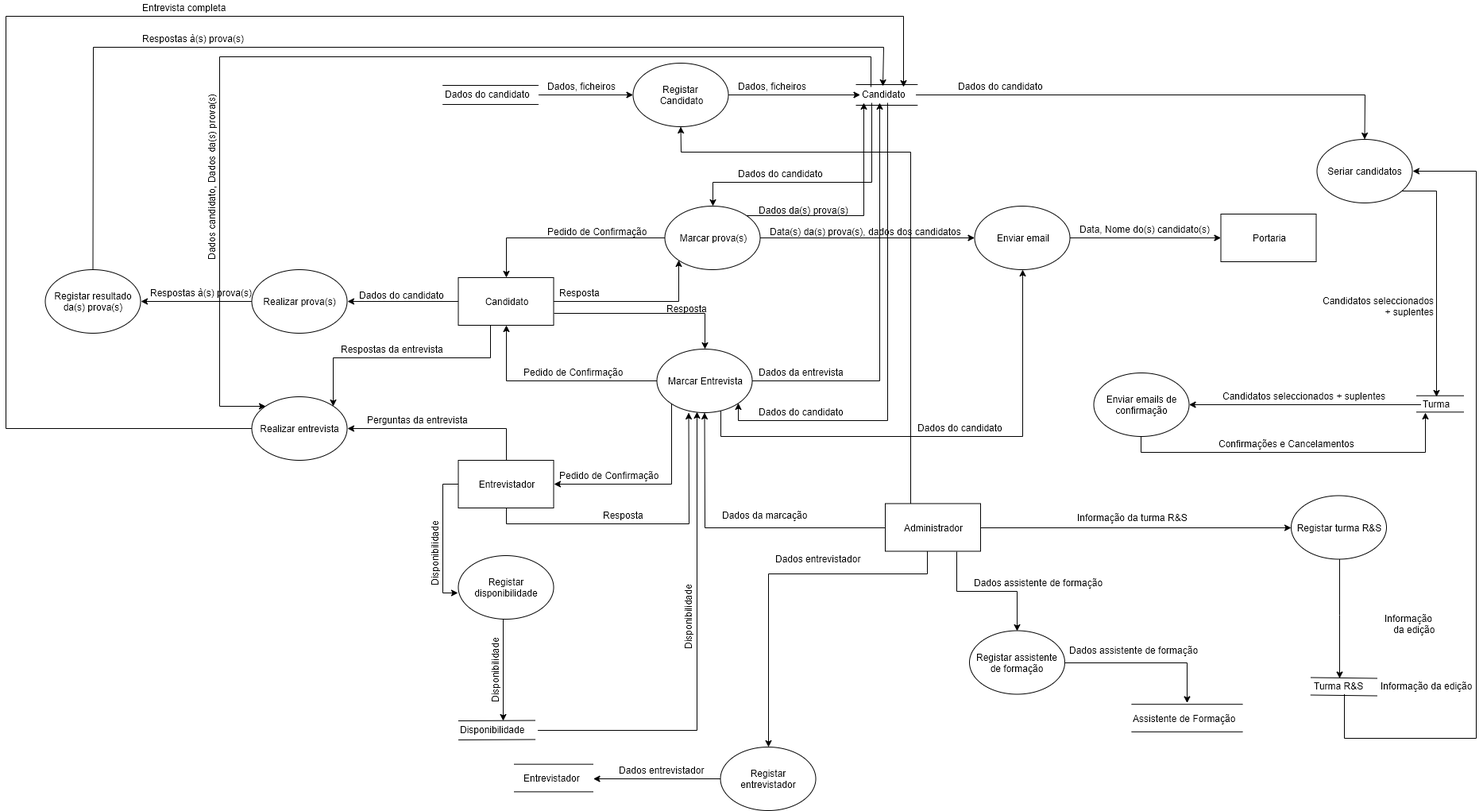
This is Docs/Diagrama de Fluxo de Dados.png from blestonbandeira/grs, a draw.io export, as it was before one commit. Source tidied: cells renumbered, new cells last; positions are measured from the earlier drawing's top-left corner, leaving out a move shared by most shapes.
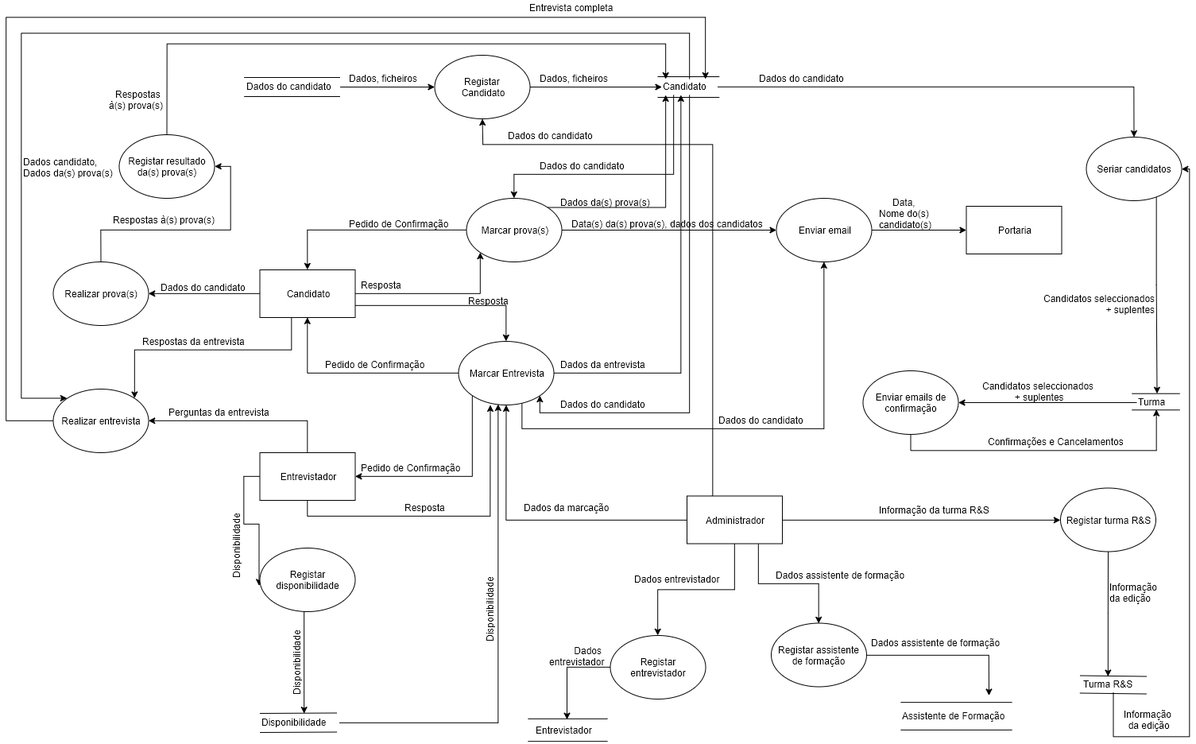
Above is the later version.

Commit message:
actualização de diagramas

Change to the diagram source:
```diff
@@ -32,9 +32,9 @@
     <mxCell id="7" style="edgeStyle=orthogonalEdgeStyle;rounded=0;jettySize=auto;html=1;entryX=0;entryY=0;entryDx=0;entryDy=0;" parent="1" edge="1" source="9" target="65">
       <mxGeometry relative="1" as="geometry">
         <Array as="points">
-          <mxPoint x="1088.5" y="71" />
-          <mxPoint x="268.5" y="71" />
-          <mxPoint x="268.5" y="511" />
+          <mxPoint x="1110" y="51" />
+          <mxPoint x="269" y="51" />
+          <mxPoint x="269" y="511" />
         </Array>
       </mxGeometry>
     </mxCell>
@@ -110,7 +110,7 @@
       <mxGeometry x="945.5" y="255" width="130" height="20" as="geometry" />
     </mxCell>
     <mxCell id="27" value="Portaria" style="rounded=0;whiteSpace=wrap;html=1;" parent="1" vertex="1">
-      <mxGeometry x="1529.5" y="269" width="120" height="60" as="geometry" />
+      <mxGeometry x="1458.5" y="269" width="120" height="60" as="geometry" />
     </mxCell>
     <mxCell id="28" value="Data(s) da(s) prova(s), dados dos candidatos" style="text;html=1;align=left;verticalAlign=top;spacingTop=-4;rotation=0;" parent="1" vertex="1">
       <mxGeometry x="959.5" y="282" width="260" height="20" as="geometry" />
@@ -124,8 +124,8 @@
     <mxCell id="31" style="endArrow=classic;html=1;exitX=1;exitY=0.5;exitDx=0;exitDy=0;entryX=0;entryY=0.5;entryDx=0;entryDy=0;" parent="1" edge="1" source="29" target="27">
       <mxGeometry relative="1" as="geometry" />
     </mxCell>
-    <mxCell id="32" value="Data, Nome do(s) candidato(s)" style="text;html=1;align=left;verticalAlign=top;spacingTop=-4;rotation=0;" parent="1" vertex="1">
-      <mxGeometry x="1349.5" y="279" width="180" height="20" as="geometry" />
+    <mxCell id="32" value="Data, &lt;br&gt;Nome do(s) &lt;br&gt;candidato(s)" style="text;html=1;align=center;verticalAlign=top;spacingTop=-4;rotation=0;" parent="1" vertex="1">
+      <mxGeometry x="1342" y="255" width="80" height="40" as="geometry" />
     </mxCell>
     <mxCell id="33" style="edgeStyle=orthogonalEdgeStyle;rounded=0;jettySize=auto;html=1;" parent="1" edge="1" source="37" target="9">
       <mxGeometry relative="1" as="geometry">
@@ -230,32 +230,32 @@
     <mxCell id="58" value="Realizar prova(s)" style="ellipse;whiteSpace=wrap;html=1;" parent="1" vertex="1">
       <mxGeometry x="309.5" y="339" width="120" height="80" as="geometry" />
     </mxCell>
-    <mxCell id="59" style="edgeStyle=orthogonalEdgeStyle;rounded=0;jettySize=auto;html=1;entryX=0.414;entryY=-0.05;entryDx=0;entryDy=0;entryPerimeter=0;" parent="1" edge="1" source="60" target="9">
+    <mxCell id="59" style="edgeStyle=orthogonalEdgeStyle;rounded=0;jettySize=auto;html=1;" parent="1" edge="1" source="60" target="9">
       <mxGeometry relative="1" as="geometry">
         <Array as="points">
-          <mxPoint x="109.5" y="59" />
-          <mxPoint x="1104.5" y="59" />
+          <mxPoint x="453" y="65" />
+          <mxPoint x="1080" y="65" />
         </Array>
       </mxGeometry>
     </mxCell>
     <mxCell id="60" value="Registar resultado da(s) prova(s)" style="ellipse;whiteSpace=wrap;html=1;" parent="1" vertex="1">
-      <mxGeometry x="49.5" y="339" width="120" height="80" as="geometry" />
+      <mxGeometry x="392.5" y="179" width="120" height="80" as="geometry" />
     </mxCell>
     <mxCell id="61" value="Dados do candidato" style="text;html=1;align=left;verticalAlign=top;spacingTop=-4;rotation=0;" parent="1" vertex="1">
       <mxGeometry x="442.5" y="362" width="120" height="20" as="geometry" />
     </mxCell>
     <mxCell id="62" value="Respostas à(s) prova(s)&lt;br&gt;" style="text;html=1;align=left;verticalAlign=top;spacingTop=-4;rotation=0;" parent="1" vertex="1">
-      <mxGeometry x="179.5" y="359" width="140" height="20" as="geometry" />
+      <mxGeometry x="382.5" y="276.5" width="140" height="20" as="geometry" />
     </mxCell>
-    <mxCell id="63" value="Respostas à(s) prova(s)&lt;br&gt;" style="text;html=1;align=left;verticalAlign=top;spacingTop=-4;rotation=0;" parent="1" vertex="1">
-      <mxGeometry x="169.5" y="39" width="140" height="20" as="geometry" />
+    <mxCell id="63" value="Respostas &lt;br&gt;à(s) prova(s)" style="text;html=1;align=right;verticalAlign=top;spacingTop=-4;rotation=0;" parent="1" vertex="1">
+      <mxGeometry x="369.5" y="119" width="80" height="30" as="geometry" />
     </mxCell>
     <mxCell id="64" style="edgeStyle=orthogonalEdgeStyle;rounded=0;jettySize=auto;html=1;exitX=0;exitY=0.5;exitDx=0;exitDy=0;" parent="1" edge="1" source="65" target="9">
       <mxGeometry relative="1" as="geometry">
         <Array as="points">
-          <mxPoint y="539" />
-          <mxPoint y="20" />
-          <mxPoint x="1130" y="20" />
+          <mxPoint x="250" y="539" />
+          <mxPoint x="250" y="31" />
+          <mxPoint x="1130" y="31" />
         </Array>
       </mxGeometry>
     </mxCell>
@@ -269,10 +269,10 @@
       <mxGeometry x="419.5" y="430" width="140" height="20" as="geometry" />
     </mxCell>
     <mxCell id="68" value="Entrevista completa" style="text;html=1;align=left;verticalAlign=top;spacingTop=-4;rotation=0;" parent="1" vertex="1">
-      <mxGeometry x="169.5" width="120" height="20" as="geometry" />
+      <mxGeometry x="907" y="10" width="120" height="20" as="geometry" />
     </mxCell>
-    <mxCell id="69" value="Dados candidato, Dados da(s) prova(s)" style="text;html=1;align=left;verticalAlign=top;spacingTop=-4;rotation=270;" parent="1" vertex="1">
-      <mxGeometry x="149.5" y="209" width="220" height="20" as="geometry" />
+    <mxCell id="69" value="Dados candidato, &lt;br&gt;Dados da(s) prova(s)" style="text;html=1;align=left;verticalAlign=top;spacingTop=-4;rotation=0;" parent="1" vertex="1">
+      <mxGeometry x="270" y="204" width="130" height="30" as="geometry" />
     </mxCell>
     <mxCell id="70" style="edgeStyle=orthogonalEdgeStyle;rounded=0;jettySize=auto;html=1;" parent="1" edge="1" source="75" target="37">
       <mxGeometry relative="1" as="geometry" />
@@ -280,14 +280,6 @@
     <mxCell id="71" style="edgeStyle=orthogonalEdgeStyle;rounded=0;jettySize=auto;html=1;exitX=1;exitY=0.5;exitDx=0;exitDy=0;entryX=0;entryY=0.5;entryDx=0;entryDy=0;" parent="1" edge="1" source="75" target="81">
       <mxGeometry relative="1" as="geometry" />
     </mxCell>
-    <mxCell id="72" style="edgeStyle=orthogonalEdgeStyle;rounded=0;jettySize=auto;html=1;entryX=0.5;entryY=0;entryDx=0;entryDy=0;" parent="1" edge="1" source="75" target="91">
-      <mxGeometry relative="1" as="geometry">
-        <Array as="points">
-          <mxPoint x="1160" y="722" />
-          <mxPoint x="960" y="722" />
-        </Array>
-      </mxGeometry>
-    </mxCell>
     <mxCell id="73" style="edgeStyle=orthogonalEdgeStyle;rounded=0;jettySize=auto;html=1;exitX=0.75;exitY=1;exitDx=0;exitDy=0;entryX=0.5;entryY=0;entryDx=0;entryDy=0;" parent="1" edge="1" source="75" target="89">
       <mxGeometry relative="1" as="geometry" />
     </mxCell>
@@ -299,21 +291,25 @@
         </Array>
       </mxGeometry>
     </mxCell>
+    <mxCell id="72" style="edgeStyle=orthogonalEdgeStyle;rounded=0;jettySize=auto;html=1;entryX=0.5;entryY=0;entryDx=0;entryDy=0;" parent="1" edge="1" source="75" target="91">
+      <mxGeometry relative="1" as="geometry" />
+    </mxCell>
     <mxCell id="75" value="Administrador" style="rounded=0;whiteSpace=wrap;html=1;" parent="1" vertex="1">
       <mxGeometry x="1107" y="633.5" width="120" height="60" as="geometry" />
     </mxCell>
     <mxCell id="76" value="Dados da marcação" style="text;html=1;align=left;verticalAlign=top;spacingTop=-4;rotation=0;" parent="1" vertex="1">
       <mxGeometry x="899.5" y="639" width="120" height="20" as="geometry" />
     </mxCell>
-    <mxCell id="77" style="edgeStyle=orthogonalEdgeStyle;rounded=0;jettySize=auto;html=1;entryX=0.384;entryY=0.02;entryDx=0;entryDy=0;entryPerimeter=0;" parent="1" edge="1" source="78" target="102">
+    <mxCell id="77" style="edgeStyle=orthogonalEdgeStyle;rounded=0;jettySize=auto;html=1;entryX=0.507;entryY=-0.05;entryDx=0;entryDy=0;entryPerimeter=0;" parent="1" edge="1" source="78" target="102">
       <mxGeometry relative="1" as="geometry">
         <Array as="points">
-          <mxPoint x="1800.5" y="240" />
+          <mxPoint x="1698" y="368" />
+          <mxPoint x="1698" y="368" />
         </Array>
       </mxGeometry>
     </mxCell>
     <mxCell id="78" value="Seriar candidatos" style="ellipse;whiteSpace=wrap;html=1;" parent="1" vertex="1">
-      <mxGeometry x="1650.5" y="175" width="120" height="80" as="geometry" />
+      <mxGeometry x="1609.5" y="182" width="120" height="80" as="geometry" />
     </mxCell>
     <mxCell id="79" value="Dados do candidato" style="text;html=1;align=left;verticalAlign=top;spacingTop=-4;rotation=0;" parent="1" vertex="1">
       <mxGeometry x="1196.5" y="99" width="120" height="20" as="geometry" />
@@ -321,38 +317,36 @@
     <mxCell id="80" style="edgeStyle=orthogonalEdgeStyle;rounded=0;jettySize=auto;html=1;" parent="1" edge="1" source="81" target="85">
       <mxGeometry relative="1" as="geometry">
         <Array as="points">
-          <mxPoint x="1678.5" y="774" />
-          <mxPoint x="1678.5" y="774" />
+          <mxPoint x="1637.5" y="781" />
+          <mxPoint x="1637.5" y="781" />
         </Array>
       </mxGeometry>
     </mxCell>
     <mxCell id="81" value="Registar turma R&amp;amp;S" style="ellipse;whiteSpace=wrap;html=1;" parent="1" vertex="1">
-      <mxGeometry x="1618" y="623.5" width="120" height="80" as="geometry" />
+      <mxGeometry x="1577" y="623.5" width="120" height="80" as="geometry" />
     </mxCell>
     <mxCell id="82" value="Informação da turma R&amp;amp;S" style="text;html=1;align=left;verticalAlign=top;spacingTop=-4;" parent="1" vertex="1">
       <mxGeometry x="1347" y="641.5" width="150" height="20" as="geometry" />
     </mxCell>
     <mxCell id="83" style="shape=link;html=1;width=22;entryX=1.02;entryY=0.55;entryDx=0;entryDy=0;entryPerimeter=0;" parent="1" edge="1" target="85">
       <mxGeometry relative="1" as="geometry">
-        <mxPoint x="1642.5" y="863.5" as="sourcePoint" />
+        <mxPoint x="1601.5" y="870.5" as="sourcePoint" />
       </mxGeometry>
     </mxCell>
     <mxCell id="84" style="edgeStyle=orthogonalEdgeStyle;rounded=0;jettySize=auto;html=1;entryX=1;entryY=0.5;entryDx=0;entryDy=0;" parent="1" edge="1" source="85" target="78">
       <mxGeometry relative="1" as="geometry">
         <Array as="points">
-          <mxPoint x="1851" y="929" />
-          <mxPoint x="1851" y="215" />
+          <mxPoint x="1643" y="936" />
+          <mxPoint x="1739" y="936" />
+          <mxPoint x="1739" y="222" />
         </Array>
       </mxGeometry>
     </mxCell>
     <mxCell id="85" value="Turma R&amp;amp;S" style="text;html=1;points=[];align=left;verticalAlign=top;spacingTop=-4;" parent="1" vertex="1">
-      <mxGeometry x="1644.5" y="853.5" width="80" height="20" as="geometry" />
+      <mxGeometry x="1603.5" y="860.5" width="80" height="20" as="geometry" />
     </mxCell>
-    <mxCell id="86" value="Informação &lt;br&gt;da edição" style="text;html=1;align=right;verticalAlign=top;spacingTop=-4;rotation=0;" parent="1" vertex="1">
-      <mxGeometry x="1717.5" y="768.5" width="80" height="30" as="geometry" />
-    </mxCell>
-    <mxCell id="87" value="Informação da edição" style="text;html=1;align=left;verticalAlign=top;spacingTop=-4;rotation=0;" parent="1" vertex="1">
-      <mxGeometry x="1729" y="853.5" width="130" height="20" as="geometry" />
+    <mxCell id="87" value="Informação &lt;br&gt;da edição" style="text;html=1;align=center;verticalAlign=top;spacingTop=-4;rotation=0;" parent="1" vertex="1">
+      <mxGeometry x="1647" y="899" width="80" height="30" as="geometry" />
     </mxCell>
     <mxCell id="88" style="edgeStyle=orthogonalEdgeStyle;rounded=0;jettySize=auto;html=1;" parent="1" edge="1" source="89">
       <mxGeometry relative="1" as="geometry">
@@ -362,35 +356,35 @@
     <mxCell id="89" value="Registar assistente de formação" style="ellipse;whiteSpace=wrap;html=1;" parent="1" vertex="1">
       <mxGeometry x="1213" y="793.5" width="120" height="80" as="geometry" />
     </mxCell>
-    <mxCell id="90" style="edgeStyle=orthogonalEdgeStyle;rounded=0;jettySize=auto;html=1;exitX=0;exitY=0.5;exitDx=0;exitDy=0;" parent="1" edge="1" source="91" target="94">
+    <mxCell id="90" style="edgeStyle=orthogonalEdgeStyle;rounded=0;jettySize=auto;html=1;entryX=0.461;entryY=-0.217;entryDx=0;entryDy=0;entryPerimeter=0;" parent="1" edge="1" source="91" target="94">
       <mxGeometry relative="1" as="geometry" />
     </mxCell>
     <mxCell id="91" value="Registar entrevistador" style="ellipse;whiteSpace=wrap;html=1;" parent="1" vertex="1">
-      <mxGeometry x="899.5" y="940" width="120" height="80" as="geometry" />
+      <mxGeometry x="1010.5" y="809" width="120" height="80" as="geometry" />
     </mxCell>
     <mxCell id="92" value="Dados entrevistador" style="text;html=1;align=left;verticalAlign=top;spacingTop=-4;" parent="1" vertex="1">
-      <mxGeometry x="967" y="693.5" width="120" height="20" as="geometry" />
+      <mxGeometry x="1039.5" y="729" width="120" height="20" as="geometry" />
     </mxCell>
-    <mxCell id="93" style="shape=link;html=1;width=34.70588235294118;" parent="1" edge="1">
+    <mxCell id="93" style="shape=link;html=1;width=28.333333333333336;" parent="1" edge="1">
       <mxGeometry relative="1" as="geometry">
-        <mxPoint x="639.5" y="979" as="sourcePoint" />
-        <mxPoint x="739.5" y="979" as="targetPoint" />
+        <mxPoint x="907" y="928" as="sourcePoint" />
+        <mxPoint x="1007" y="928" as="targetPoint" />
       </mxGeometry>
     </mxCell>
     <mxCell id="94" value="Entrevistador" style="text;html=1;points=[];align=left;verticalAlign=top;spacingTop=-4;" parent="1" vertex="1">
-      <mxGeometry x="649.5" y="970" width="90" height="20" as="geometry" />
+      <mxGeometry x="914.5" y="919" width="90" height="20" as="geometry" />
     </mxCell>
-    <mxCell id="95" value="Dados entrevistador" style="text;html=1;align=left;verticalAlign=top;spacingTop=-4;" parent="1" vertex="1">
-      <mxGeometry x="769.5" y="960" width="120" height="20" as="geometry" />
+    <mxCell id="95" value="Dados &lt;br&gt;entrevistador" style="text;html=1;align=right;verticalAlign=top;spacingTop=-4;" parent="1" vertex="1">
+      <mxGeometry x="924.5" y="819" width="80" height="30" as="geometry" />
     </mxCell>
     <mxCell id="96" style="shape=link;html=1;width=34.70588235294118;" parent="1" edge="1">
       <mxGeometry relative="1" as="geometry">
-        <mxPoint x="1417" y="903.5" as="sourcePoint" />
-        <mxPoint x="1557" y="903.5" as="targetPoint" />
+        <mxPoint x="1376" y="910.5" as="sourcePoint" />
+        <mxPoint x="1516" y="910.5" as="targetPoint" />
       </mxGeometry>
     </mxCell>
     <mxCell id="97" value="Assistente de Formação" style="text;html=1;align=left;verticalAlign=top;spacingTop=-4;" parent="1" vertex="1">
-      <mxGeometry x="1417" y="894.5" width="140" height="20" as="geometry" />
+      <mxGeometry x="1376" y="901.5" width="140" height="20" as="geometry" />
     </mxCell>
     <mxCell id="98" value="Dados assistente de formação&lt;br&gt;" style="text;html=1;align=left;verticalAlign=top;spacingTop=-4;" parent="1" vertex="1">
       <mxGeometry x="1217" y="723.5" width="180" height="20" as="geometry" />
@@ -399,7 +393,7 @@
       <mxGeometry x="1337" y="809" width="180" height="20" as="geometry" />
     </mxCell>
     <mxCell id="100" style="group;" parent="1" vertex="1">
-      <mxGeometry x="1775.5" y="499" width="60" height="20" as="geometry" />
+      <mxGeometry x="1667" y="506" width="60" height="20" as="geometry" />
     </mxCell>
     <mxCell id="101" style="shape=link;html=1;width=20.58823529411765;" parent="100" edge="1">
       <mxGeometry relative="1" as="geometry">
@@ -411,27 +405,33 @@
       <mxGeometry x="6" width="50" height="20" as="geometry" />
     </mxCell>
     <mxCell id="103" value="Candidatos seleccionados&lt;br&gt;&amp;nbsp;+ suplentes" style="text;html=1;align=right;verticalAlign=top;spacingTop=-4;rotation=0;" parent="1" vertex="1">
-      <mxGeometry x="1639.5" y="369" width="160" height="30" as="geometry" />
+      <mxGeometry x="1538" y="376" width="160" height="30" as="geometry" />
     </mxCell>
-    <mxCell id="104" style="edgeStyle=orthogonalEdgeStyle;rounded=0;jettySize=auto;html=1;exitX=0.5;exitY=1;exitDx=0;exitDy=0;" parent="1" edge="1" source="105" target="102">
+    <mxCell id="104" style="edgeStyle=orthogonalEdgeStyle;rounded=0;jettySize=auto;html=1;exitX=0.5;exitY=1;exitDx=0;exitDy=0;entryX=0.49;entryY=0.95;entryDx=0;entryDy=0;entryPerimeter=0;" parent="1" edge="1" source="105" target="102">
       <mxGeometry relative="1" as="geometry">
         <Array as="points">
-          <mxPoint x="1428.5" y="569" />
-          <mxPoint x="1786.5" y="569" />
+          <mxPoint x="1388" y="576" />
+          <mxPoint x="1698" y="576" />
         </Array>
       </mxGeometry>
     </mxCell>
     <mxCell id="105" value="Enviar emails de confirmação" style="ellipse;whiteSpace=wrap;html=1;" parent="1" vertex="1">
-      <mxGeometry x="1369.5" y="469" width="120" height="80" as="geometry" />
+      <mxGeometry x="1328.5" y="476" width="120" height="80" as="geometry" />
     </mxCell>
     <mxCell id="106" style="edgeStyle=orthogonalEdgeStyle;rounded=0;jettySize=auto;html=1;" parent="1" edge="1" source="102" target="105">
       <mxGeometry relative="1" as="geometry" />
     </mxCell>
     <mxCell id="107" value="Confirmações e Cancelamentos" style="text;html=1;align=left;verticalAlign=top;spacingTop=-4;" parent="1" vertex="1">
-      <mxGeometry x="1524.5" y="549" width="190" height="20" as="geometry" />
+      <mxGeometry x="1483.5" y="556" width="190" height="20" as="geometry" />
     </mxCell>
-    <mxCell id="108" value="Candidatos seleccionados + suplentes" style="text;html=1;align=left;verticalAlign=top;spacingTop=-4;rotation=0;" parent="1" vertex="1">
-      <mxGeometry x="1529.5" y="489" width="220" height="20" as="geometry" />
+    <mxCell id="108" value="Candidatos seleccionados &lt;br&gt;+ suplentes" style="text;html=1;align=center;verticalAlign=top;spacingTop=-4;rotation=0;" parent="1" vertex="1">
+      <mxGeometry x="1468.5" y="486" width="160" height="30" as="geometry" />
     </mxCell>
+    <mxCell id="109" value="Dados do candidato" style="text;html=1;align=left;verticalAlign=top;spacingTop=-4;rotation=0;" parent="1" vertex="1">
+      <mxGeometry x="880" y="171" width="120" height="20" as="geometry" />
+    </mxCell>
+    <mxCell id="86" value="Informação &lt;br&gt;da edição" style="text;html=1;align=left;verticalAlign=top;spacingTop=-4;rotation=0;" parent="1" vertex="1">
+      <mxGeometry x="1637" y="739" width="80" height="30" as="geometry" />
+    </mxCell>
   </root>
 </mxGraphModel>
```
